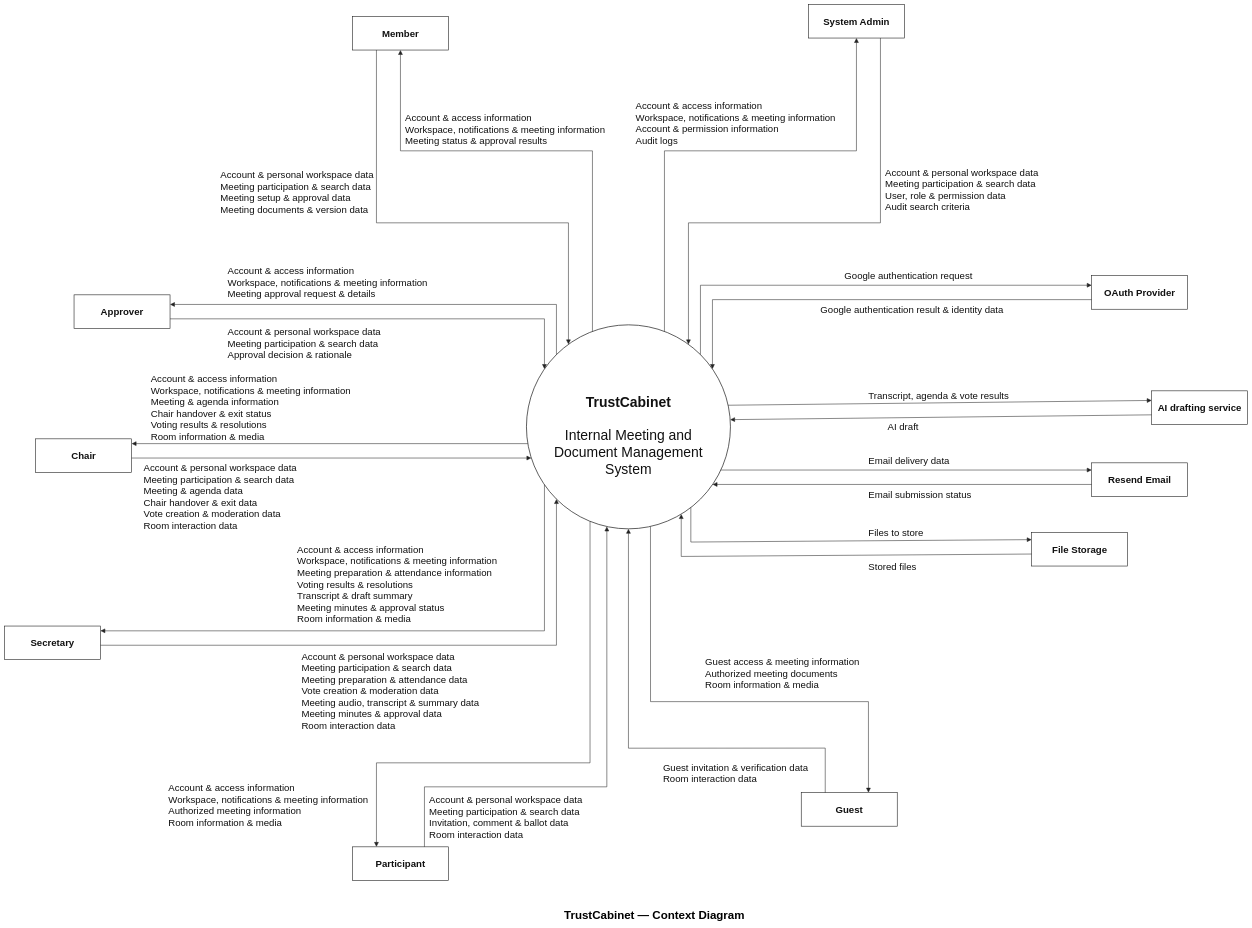
The draw.io diagram docs/11-contextdiagram/trustcabinet-context.drawio in callmehai/FU-FA26-G116, before the edit. Source tidied: cells renumbered, new cells numbered last; positions are measured from the earlier drawing's top-left corner, leaving out a move shared by most shapes. Both pictures are drawn from the tidied source at 24%, with x=0, y=0 at pixel (4, 4).
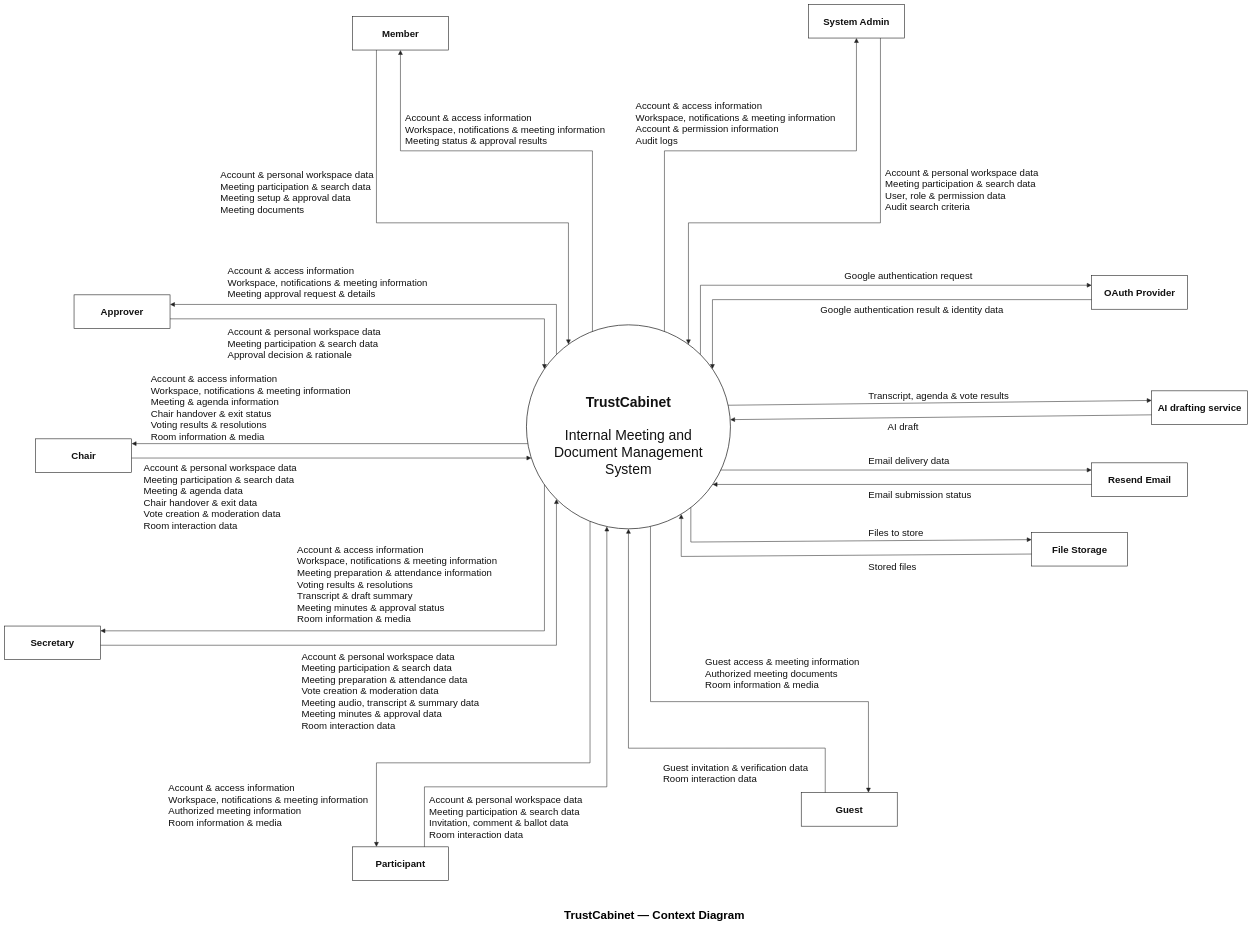
The same diagram, later.

What changed in the source:
```diff
@@
-    <mxCell id="20" value="Account &amp;amp; personal workspace data&lt;br&gt;Meeting participation &amp;amp; search data&lt;br&gt;Meeting setup &amp;amp; approval data&lt;br&gt;Meeting documents &amp;amp; version data" style="text;html=1;align=left;verticalAlign=middle;whiteSpace=nowrap;overflow=visible;strokeColor=none;fillColor=none;spacing=0;fontFamily=Arial;fontSize=40;fontColor=#111111;" parent="1" vertex="1">
+    <mxCell id="20" value="Account &amp;amp; personal workspace data&lt;br&gt;Meeting participation &amp;amp; search data&lt;br&gt;Meeting setup &amp;amp; approval data&lt;br&gt;Meeting documents" style="text;html=1;align=left;verticalAlign=middle;whiteSpace=nowrap;overflow=visible;strokeColor=none;fillColor=none;spacing=0;fontFamily=Arial;fontSize=40;fontColor=#111111;" parent="1" vertex="1">
       <mxGeometry x="900" y="680" width="658" height="202" as="geometry" />
     </mxCell>
```
